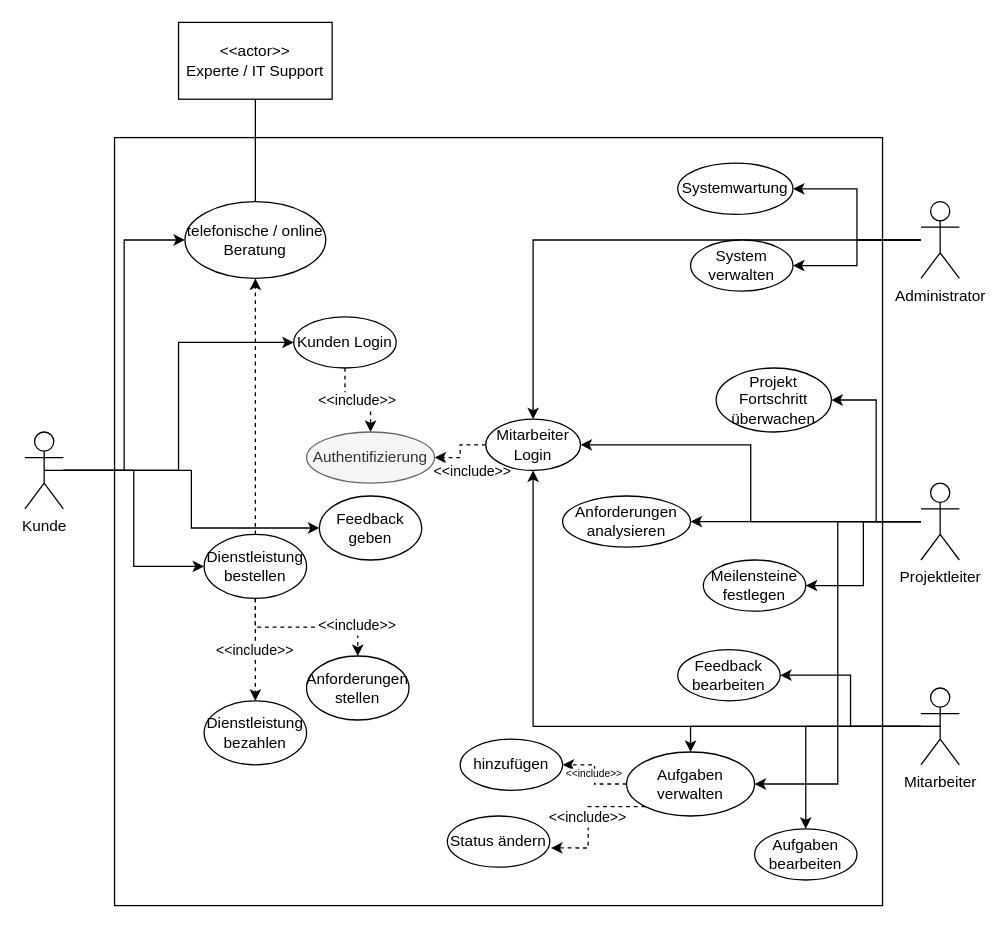
This is UseCase.drawio from 0xj0n1/Grundlagen-Wirtschaftsinformatik-Charts, a draw.io file, before an edit. Source tidied: cells renumbered, new cells numbered last; positions are measured from the earlier drawing's top-left corner, leaving out a move shared by most shapes. Both pictures are drawn from the tidied source at 128%, with x=0, y=0 at pixel (24, 22).
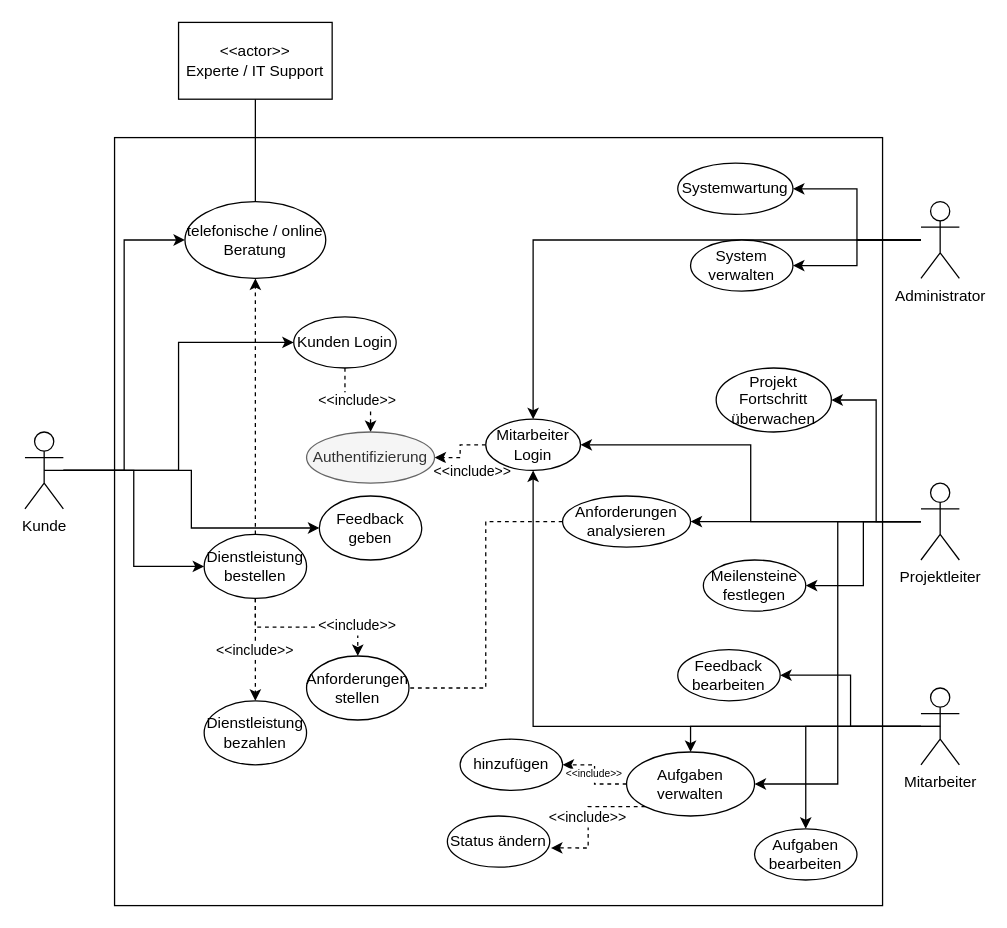
The same diagram, later.

Unchanged cells that the change refers to:
```xml
<mxCell id="28" value="Anforderungen analysieren" style="ellipse;whiteSpace=wrap;html=1;" parent="1" vertex="1">
  <mxGeometry x="420" y="370" width="100" height="40" as="geometry" />
</mxCell>
<mxCell id="41" value="Anforderungen stellen" style="ellipse;whiteSpace=wrap;html=1;" parent="1" vertex="1">
  <mxGeometry x="220" y="495" width="80" height="50" as="geometry" />
</mxCell>
```

The edit, as a diff of the source:
```diff
@@
+    <mxCell id="50" style="edgeStyle=orthogonalEdgeStyle;rounded=0;jettySize=auto;html=1;exitX=0;exitY=0.5;exitDx=0;exitDy=0;entryX=1;entryY=0.5;entryDx=0;entryDy=0;dashed=1;endArrow=none;startFill=0;" parent="1" edge="1" source="28" target="41">
+      <mxGeometry relative="1" as="geometry" />
+    </mxCell>
```
